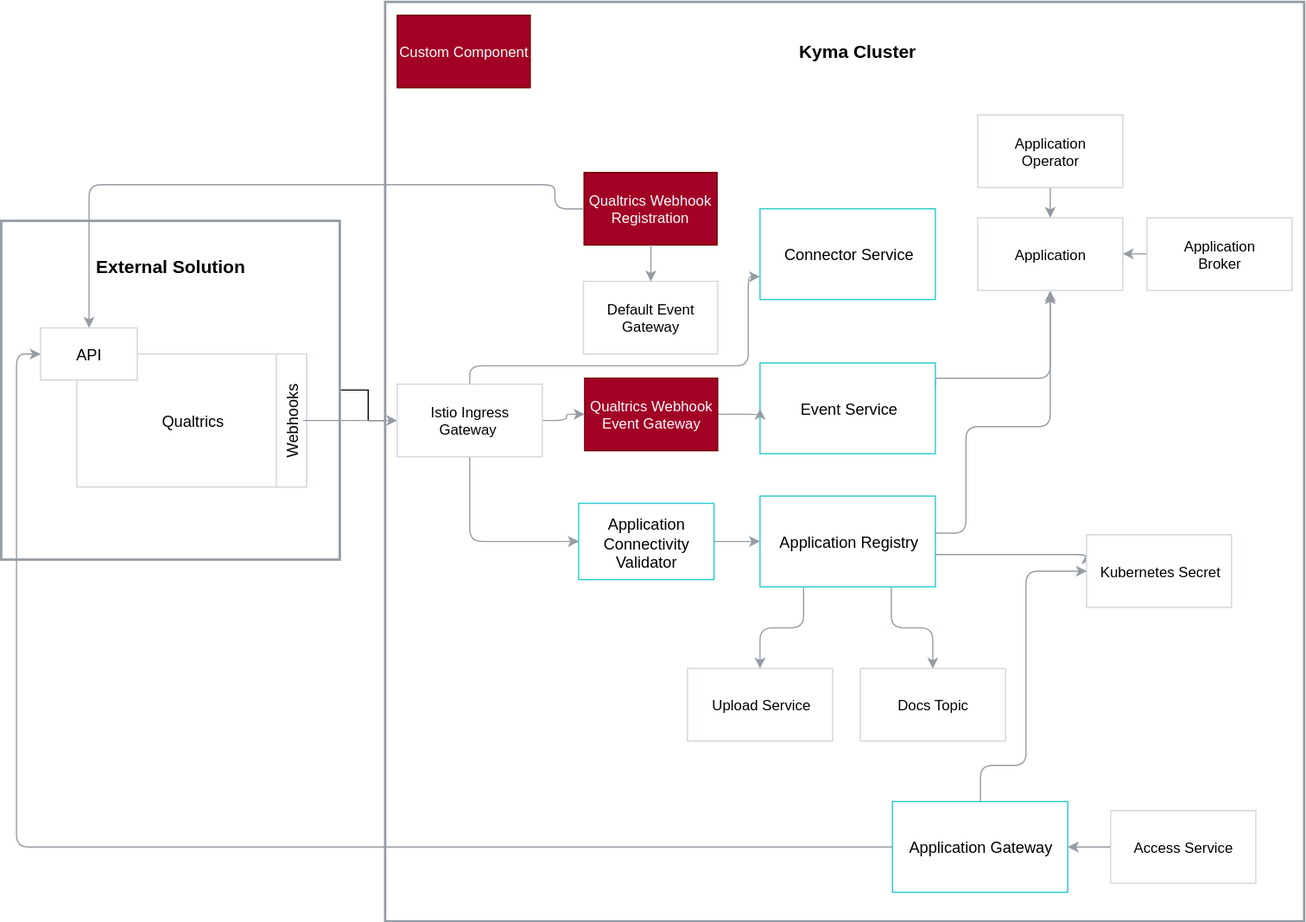
Above: assets/architecture_qualtrics.svg in kyma-incubator/connector-tools (draw.io), before the change. Source tidied: cells renumbered, new cells last; positions are measured from the earlier drawing's top-left corner, leaving out a move shared by most shapes.
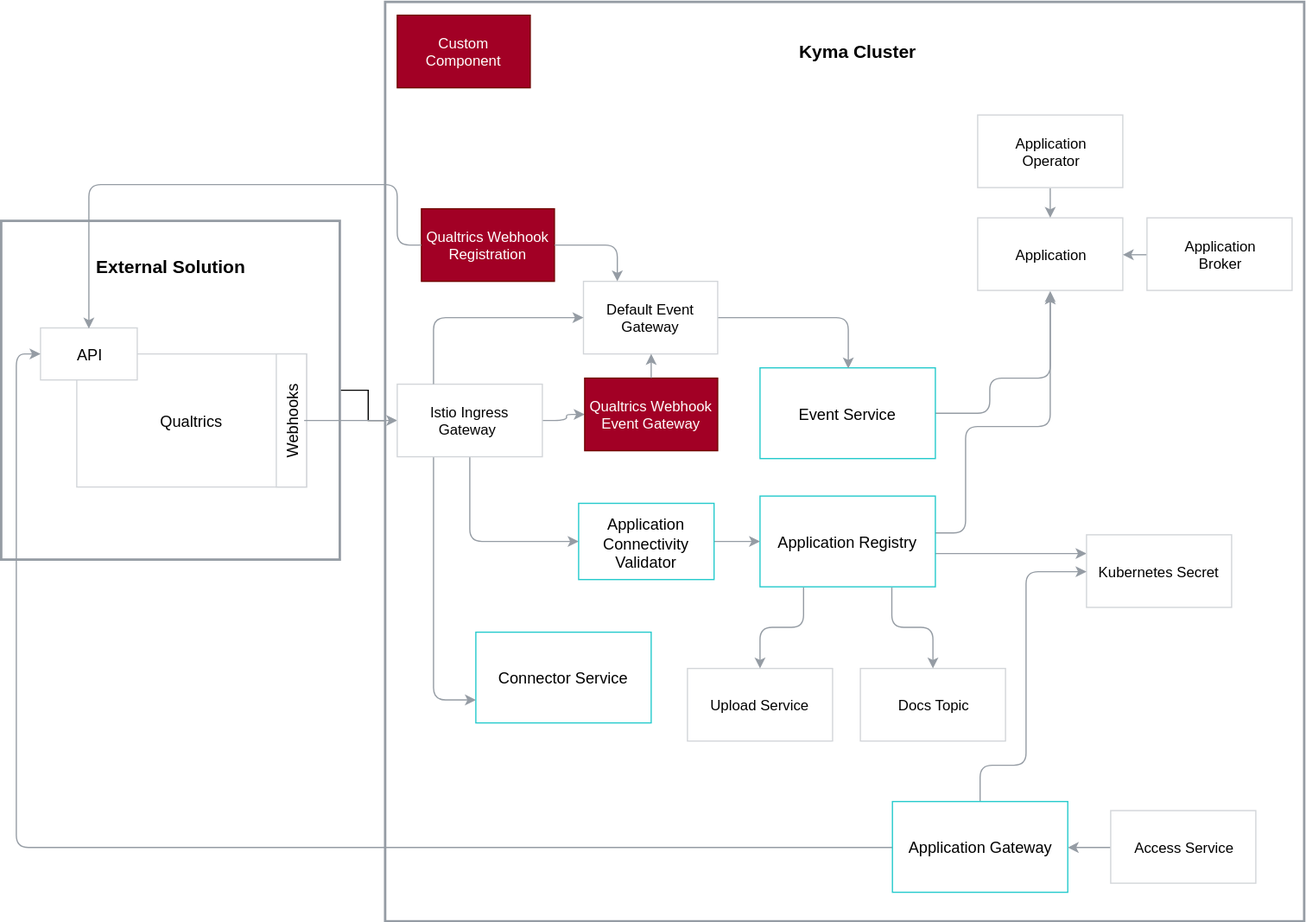
After the commit.

Diff of the diagram source:
```diff
@@ -29,28 +29,27 @@
     <mxCell id="10" value="&lt;font style=&quot;font-size: 13px&quot;&gt;Webhooks&lt;br&gt;&lt;/font&gt;" style="text;html=1;align=center;verticalAlign=middle;whiteSpace=wrap;rounded=0;rotation=-90;" parent="1" vertex="1">
       <mxGeometry x="220.5" y="336" width="40" height="20" as="geometry" />
     </mxCell>
-    <mxCell id="11" style="edgeStyle=orthogonalEdgeStyle;rounded=1;comic=0;html=1;exitX=1;exitY=0.25;entryX=0.5;entryY=1;jettySize=auto;strokeColor=#959CA4;" parent="1" edge="1" source="12" target="18">
+    <mxCell id="11" style="edgeStyle=orthogonalEdgeStyle;rounded=1;comic=0;html=1;exitX=1;exitY=0.5;entryX=0.5;entryY=1;jettySize=auto;strokeColor=#959CA4;exitDx=0;exitDy=0;" parent="1" edge="1" source="12" target="18">
       <mxGeometry relative="1" as="geometry">
         <Array as="points">
-          <mxPoint x="675" y="311" />
-          <mxPoint x="810" y="311" />
+          <mxPoint x="818" y="340" />
+          <mxPoint x="818" y="311" />
+          <mxPoint x="868" y="311" />
         </Array>
       </mxGeometry>
     </mxCell>
     <mxCell id="12" value="&lt;font style=&quot;font-size: 13px&quot;&gt;Event Service&lt;/font&gt;" style="rounded=0;whiteSpace=wrap;html=1;strokeColor=#24CACC;strokeWidth=1;fillColor=#ffffff;" parent="1" vertex="1">
-      <mxGeometry x="628" y="298.5" width="145" height="75" as="geometry" />
+      <mxGeometry x="628" y="302.5" width="145" height="75" as="geometry" />
     </mxCell>
-    <mxCell id="13" style="edgeStyle=orthogonalEdgeStyle;rounded=1;comic=0;html=1;exitX=0.5;exitY=0;jettySize=auto;strokeColor=#959CA4;entryX=0;entryY=0.75;exitDx=0;exitDy=0;" parent="1" edge="1" source="17" target="14">
+    <mxCell id="13" style="edgeStyle=orthogonalEdgeStyle;rounded=1;comic=0;html=1;exitX=0.25;exitY=1;jettySize=auto;strokeColor=#959CA4;entryX=0;entryY=0.75;exitDx=0;exitDy=0;" parent="1" edge="1" source="17" target="14">
       <mxGeometry relative="1" as="geometry">
         <Array as="points">
-          <mxPoint x="388" y="301" />
-          <mxPoint x="618" y="301" />
-          <mxPoint x="618" y="227" />
+          <mxPoint x="358" y="577" />
         </Array>
       </mxGeometry>
     </mxCell>
     <mxCell id="14" value="&lt;font style=&quot;font-size: 13px&quot;&gt;Connector Service&lt;br&gt;&lt;/font&gt;" style="rounded=0;whiteSpace=wrap;html=1;strokeColor=#24CACC;strokeWidth=1;fillColor=#ffffff;" parent="1" vertex="1">
-      <mxGeometry x="628" y="171" width="145" height="75" as="geometry" />
+      <mxGeometry x="393" y="521" width="145" height="75" as="geometry" />
     </mxCell>
     <mxCell id="15" style="edgeStyle=orthogonalEdgeStyle;rounded=1;jettySize=auto;html=1;exitX=0.5;exitY=1;exitDx=0;exitDy=0;entryX=0;entryY=0.5;entryDx=0;entryDy=0;strokeColor=#959CA4;" parent="1" edge="1" source="17" target="38">
       <mxGeometry relative="1" as="geometry" />
@@ -144,31 +143,26 @@
     <mxCell id="38" value="&lt;font style=&quot;font-size: 13px&quot;&gt;Application Connectivity Validator&lt;br&gt;&lt;/font&gt;" style="rounded=0;whiteSpace=wrap;html=1;strokeColor=#24CACC;strokeWidth=1;fillColor=#ffffff;" parent="1" vertex="1">
       <mxGeometry x="478" y="414.5" width="112" height="63" as="geometry" />
     </mxCell>
-    <mxCell id="39" style="edgeStyle=orthogonalEdgeStyle;jettySize=auto;html=1;exitX=1;exitY=0.5;exitDx=0;exitDy=0;entryX=0;entryY=0.5;entryDx=0;entryDy=0;strokeColor=#959CA4;" parent="1" edge="1" source="40" target="12">
+    <mxCell id="39" style="edgeStyle=orthogonalEdgeStyle;jettySize=auto;html=1;exitX=1;exitY=0.5;exitDx=0;exitDy=0;strokeColor=#959CA4;entryX=0.5;entryY=0;entryDx=0;entryDy=0;" parent="1" edge="1" source="42" target="12">
       <mxGeometry relative="1" as="geometry" />
     </mxCell>
     <mxCell id="40" value="Qualtrics Webhook Event Gateway" style="rounded=0;whiteSpace=wrap;html=1;strokeColor=#6F0000;strokeWidth=1;fillColor=#a20025;fontColor=#ffffff;" parent="1" vertex="1">
       <mxGeometry x="483" y="311" width="110" height="60" as="geometry" />
     </mxCell>
     <mxCell id="41" value="Qualtrics Webhook Registration" style="rounded=0;whiteSpace=wrap;html=1;strokeColor=#6F0000;strokeWidth=1;fillColor=#a20025;fontColor=#ffffff;" parent="1" vertex="1">
-      <mxGeometry x="482.5" y="141" width="110" height="60" as="geometry" />
+      <mxGeometry x="348" y="171" width="110" height="60" as="geometry" />
     </mxCell>
     <mxCell id="42" value="Default Event Gateway" style="rounded=0;whiteSpace=wrap;html=1;strokeColor=#D2D5D9;strokeWidth=1;fillColor=#ffffff;" parent="1" vertex="1">
       <mxGeometry x="482" y="231" width="111" height="60" as="geometry" />
     </mxCell>
-    <mxCell id="43" style="edgeStyle=orthogonalEdgeStyle;jettySize=auto;html=1;exitX=0.5;exitY=1;exitDx=0;exitDy=0;strokeColor=#959CA4;entryX=0.5;entryY=0;entryDx=0;entryDy=0;" parent="1" edge="1" source="41" target="42">
-      <mxGeometry relative="1" as="geometry">
-        <Array as="points">
-          <mxPoint x="538" y="231" />
-          <mxPoint x="538" y="231" />
-        </Array>
-      </mxGeometry>
+    <mxCell id="43" style="edgeStyle=orthogonalEdgeStyle;jettySize=auto;html=1;exitX=1;exitY=0.5;exitDx=0;exitDy=0;strokeColor=#959CA4;entryX=0.25;entryY=0;entryDx=0;entryDy=0;" parent="1" edge="1" source="41" target="42">
+      <mxGeometry relative="1" as="geometry" />
     </mxCell>
     <mxCell id="44" style="edgeStyle=orthogonalEdgeStyle;jettySize=auto;html=1;exitX=0;exitY=0.5;exitDx=0;exitDy=0;strokeColor=#959CA4;entryX=0.5;entryY=0;entryDx=0;entryDy=0;" parent="1" edge="1" source="41" target="21">
       <mxGeometry relative="1" as="geometry">
         <Array as="points">
-          <mxPoint x="458" y="171" />
-          <mxPoint x="458" y="151" />
+          <mxPoint x="328" y="201" />
+          <mxPoint x="328" y="151" />
           <mxPoint x="73" y="151" />
         </Array>
       </mxGeometry>
@@ -176,5 +170,11 @@
     <mxCell id="45" value="Custom Component" style="rounded=0;whiteSpace=wrap;html=1;strokeColor=#6F0000;strokeWidth=1;fillColor=#a20025;fontColor=#ffffff;" parent="1" vertex="1">
       <mxGeometry x="328" y="11" width="110" height="60" as="geometry" />
     </mxCell>
+    <mxCell id="46" style="edgeStyle=orthogonalEdgeStyle;jettySize=auto;html=1;exitX=0.25;exitY=0;exitDx=0;exitDy=0;strokeColor=#959CA4;entryX=0;entryY=0.5;entryDx=0;entryDy=0;" parent="1" edge="1" source="17" target="42">
+      <mxGeometry relative="1" as="geometry" />
+    </mxCell>
+    <mxCell id="47" style="edgeStyle=orthogonalEdgeStyle;jettySize=auto;html=1;exitX=0.5;exitY=0;exitDx=0;exitDy=0;strokeColor=#959CA4;entryX=0.5;entryY=1;entryDx=0;entryDy=0;" parent="1" edge="1" source="40" target="42">
+      <mxGeometry relative="1" as="geometry" />
+    </mxCell>
   </root>
 </mxGraphModel>
```
